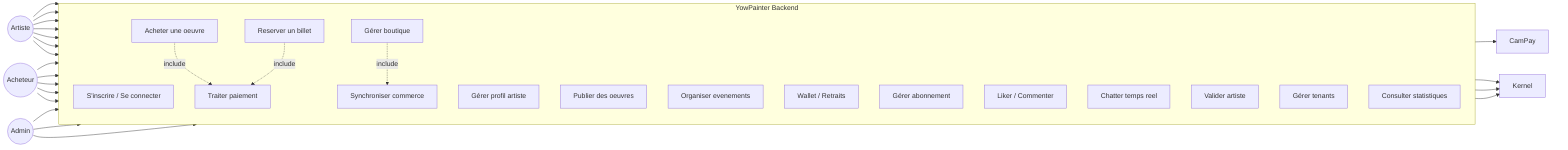
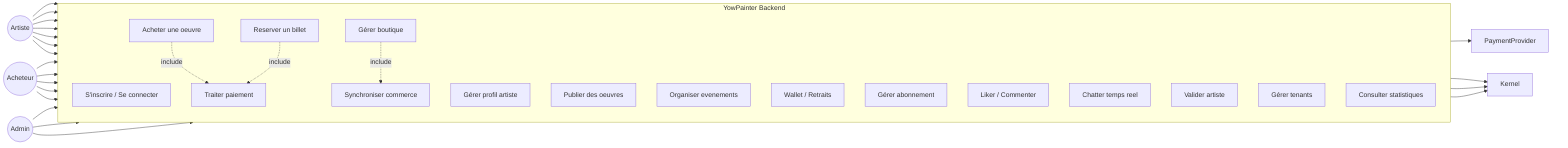
flowchart LR
    subgraph YowPainter["YowPainter Backend"]
        direction TB
        UC1[S'inscrire / Se connecter]
        UC2[Gérer profil artiste]
        UC3[Publier des oeuvres]
        UC4[Gérer boutique]
        UC5[Organiser evenements]
        UC6[Wallet / Retraits]
        UC7[Gérer abonnement]
        UC8[Acheter une oeuvre]
        UC9[Reserver un billet]
        UC10[Liker / Commenter]
        UC11[Chatter temps reel]
        UC12[Valider artiste]
        UC13[Gérer tenants]
        UC14[Consulter statistiques]
        UC15[Traiter paiement]
        UC16[Synchroniser commerce]
    end

    Artist((Artiste))
    Buyer((Acheteur))
    Admin((Admin))
-     CamPay[CamPay]
+     PaymentProvider[PaymentProvider]
    Kernel[Kernel]

    Artist --> UC1 & UC2 & UC3 & UC4 & UC5 & UC6 & UC7
    Buyer --> UC1 & UC8 & UC9 & UC10 & UC11
    Admin --> UC12 & UC13 & UC14

    UC8 & UC9 -.->|include| UC15
    UC4 -.->|include| UC16
-     UC15 --> CamPay
+     UC15 --> PaymentProvider
    UC16 --> Kernel
    UC1 & UC12 --> Kernel
